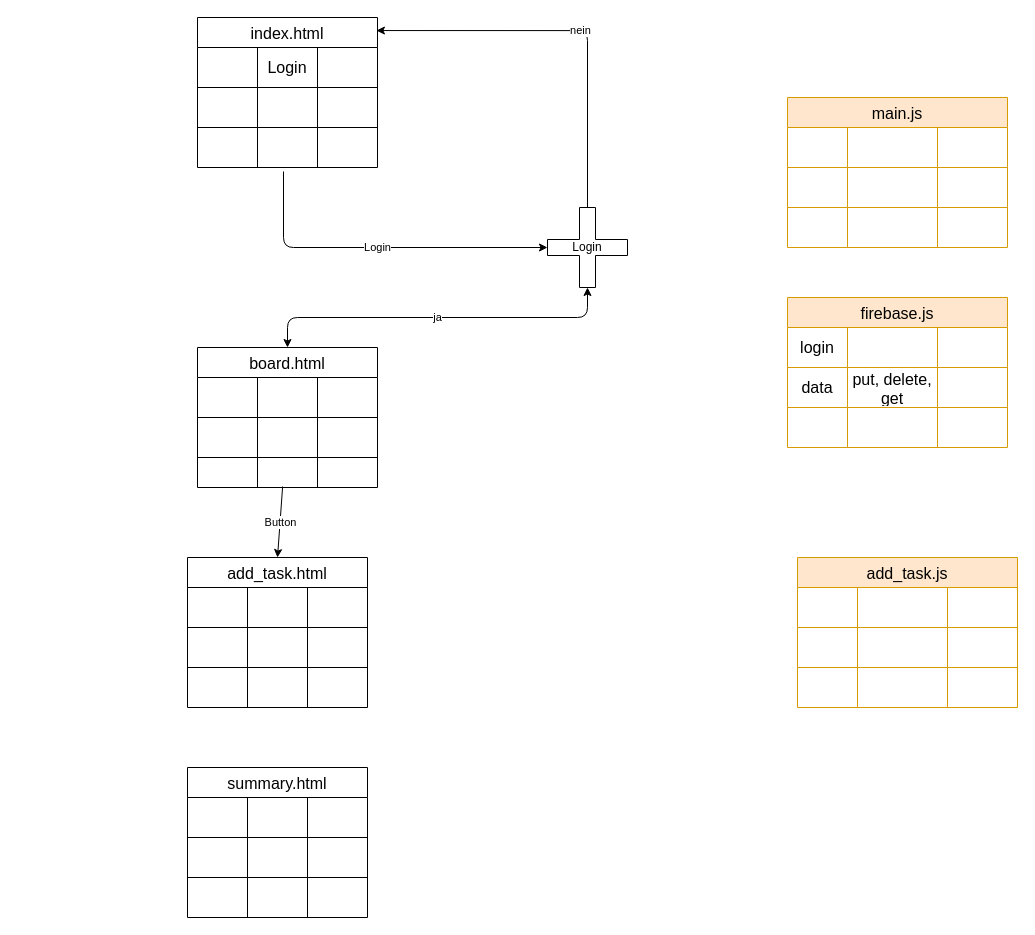
This is design/structure.drawio from ttoebbe/024_Join, a draw.io file, before an edit. Source tidied: cells renumbered, new cells numbered last; positions are measured from the earlier drawing's top-left corner, leaving out a move shared by most shapes. Both pictures are drawn from the tidied source at 100%, with x=0, y=0 at pixel (187, 17).
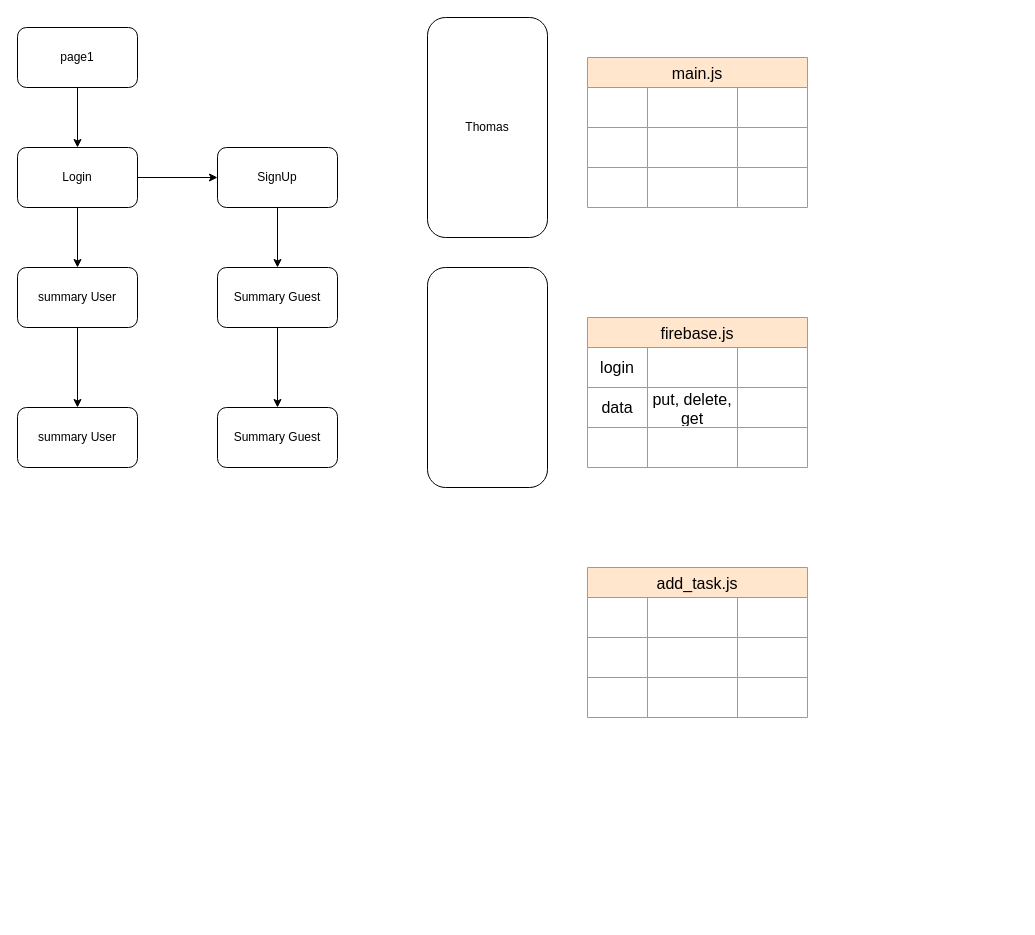
The same page after the edit.

Commit message (it also covers changes not shown here):
feat: first structure ideas

Diff of the diagram source:
```diff
@@
-    <mxCell id="2" value="index.html" style="shape=table;startSize=30;childLayout=tableLayout;strokeColor=default;fontSize=16;" parent="1" vertex="1">
-      <mxGeometry x="10" width="180" height="150" as="geometry" />
-    </mxCell>
-    <mxCell id="3" style="shape=tableRow;horizontal=0;startSize=0;swimlaneHead=0;swimlaneBody=0;strokeColor=inherit;top=0;left=0;bottom=0;right=0;fillColor=none;fontSize=16;" parent="2" vertex="1">
-      <mxGeometry y="30" width="180" height="40" as="geometry" />
-    </mxCell>
-    <mxCell id="4" style="shape=partialRectangle;html=1;whiteSpace=wrap;strokeColor=inherit;overflow=hidden;fillColor=none;top=0;left=0;bottom=0;right=0;fontSize=16;" parent="3" vertex="1">
-      <mxGeometry width="60" height="40" as="geometry" />
-    </mxCell>
-    <mxCell id="5" value="Login" style="shape=partialRectangle;html=1;whiteSpace=wrap;strokeColor=inherit;overflow=hidden;fillColor=none;top=0;left=0;bottom=0;right=0;fontSize=16;" parent="3" vertex="1">
-      <mxGeometry x="60" width="60" height="40" as="geometry" />
-    </mxCell>
-    <mxCell id="6" style="shape=partialRectangle;html=1;whiteSpace=wrap;strokeColor=inherit;overflow=hidden;fillColor=none;top=0;left=0;bottom=0;right=0;fontSize=16;" parent="3" vertex="1">
-      <mxGeometry x="120" width="60" height="40" as="geometry" />
-    </mxCell>
-    <mxCell id="7" style="shape=tableRow;horizontal=0;startSize=0;swimlaneHead=0;swimlaneBody=0;strokeColor=inherit;top=0;left=0;bottom=0;right=0;fillColor=none;fontSize=16;" parent="2" vertex="1">
-      <mxGeometry y="70" width="180" height="40" as="geometry" />
-    </mxCell>
-    <mxCell id="8" style="shape=partialRectangle;html=1;whiteSpace=wrap;strokeColor=inherit;overflow=hidden;fillColor=none;top=0;left=0;bottom=0;right=0;fontSize=16;" parent="7" vertex="1">
-      <mxGeometry width="60" height="40" as="geometry" />
-    </mxCell>
-    <mxCell id="9" style="shape=partialRectangle;html=1;whiteSpace=wrap;strokeColor=inherit;overflow=hidden;fillColor=none;top=0;left=0;bottom=0;right=0;fontSize=16;" parent="7" vertex="1">
-      <mxGeometry x="60" width="60" height="40" as="geometry" />
-    </mxCell>
-    <mxCell id="10" style="shape=partialRectangle;html=1;whiteSpace=wrap;strokeColor=inherit;overflow=hidden;fillColor=none;top=0;left=0;bottom=0;right=0;fontSize=16;" parent="7" vertex="1">
-      <mxGeometry x="120" width="60" height="40" as="geometry" />
-    </mxCell>
-    <mxCell id="11" style="shape=tableRow;horizontal=0;startSize=0;swimlaneHead=0;swimlaneBody=0;strokeColor=inherit;top=0;left=0;bottom=0;right=0;fillColor=none;points=[[0,0.5],[1,0.5]];portConstraint=eastwest;fontSize=16;" parent="2" vertex="1">
-      <mxGeometry y="110" width="180" height="40" as="geometry" />
-    </mxCell>
-    <mxCell id="12" style="shape=partialRectangle;html=1;whiteSpace=wrap;strokeColor=inherit;overflow=hidden;fillColor=none;top=0;left=0;bottom=0;right=0;fontSize=16;" parent="11" vertex="1">
-      <mxGeometry width="60" height="40" as="geometry" />
-    </mxCell>
-    <mxCell id="13" style="shape=partialRectangle;html=1;whiteSpace=wrap;strokeColor=inherit;overflow=hidden;fillColor=none;top=0;left=0;bottom=0;right=0;fontSize=16;" parent="11" vertex="1">
-      <mxGeometry x="60" width="60" height="40" as="geometry" />
-    </mxCell>
-    <mxCell id="14" style="shape=partialRectangle;html=1;whiteSpace=wrap;strokeColor=inherit;overflow=hidden;fillColor=none;top=0;left=0;bottom=0;right=0;fontSize=16;" parent="11" vertex="1">
-      <mxGeometry x="120" width="60" height="40" as="geometry" />
-    </mxCell>
-    <mxCell id="15" value="board.html" style="shape=table;startSize=30;childLayout=tableLayout;strokeColor=default;fontSize=16;" parent="1" vertex="1">
-      <mxGeometry x="10" y="330" width="180" height="140" as="geometry" />
-    </mxCell>
-    <mxCell id="16" style="shape=tableRow;horizontal=0;startSize=0;swimlaneHead=0;swimlaneBody=0;strokeColor=inherit;top=0;left=0;bottom=0;right=0;fillColor=none;fontSize=16;" parent="15" vertex="1">
-      <mxGeometry y="30" width="180" height="40" as="geometry" />
-    </mxCell>
-    <mxCell id="17" style="shape=partialRectangle;html=1;whiteSpace=wrap;strokeColor=inherit;overflow=hidden;fillColor=none;top=0;left=0;bottom=0;right=0;fontSize=16;" parent="16" vertex="1">
-      <mxGeometry width="60" height="40" as="geometry" />
-    </mxCell>
-    <mxCell id="18" style="shape=partialRectangle;html=1;whiteSpace=wrap;strokeColor=inherit;overflow=hidden;fillColor=none;top=0;left=0;bottom=0;right=0;fontSize=16;" parent="16" vertex="1">
-      <mxGeometry x="60" width="60" height="40" as="geometry" />
-    </mxCell>
-    <mxCell id="19" style="shape=partialRectangle;html=1;whiteSpace=wrap;strokeColor=inherit;overflow=hidden;fillColor=none;top=0;left=0;bottom=0;right=0;fontSize=16;" parent="16" vertex="1">
-      <mxGeometry x="120" width="60" height="40" as="geometry" />
-    </mxCell>
-    <mxCell id="20" style="shape=tableRow;horizontal=0;startSize=0;swimlaneHead=0;swimlaneBody=0;strokeColor=inherit;top=0;left=0;bottom=0;right=0;fillColor=none;fontSize=16;" parent="15" vertex="1">
-      <mxGeometry y="70" width="180" height="40" as="geometry" />
-    </mxCell>
-    <mxCell id="21" style="shape=partialRectangle;html=1;whiteSpace=wrap;strokeColor=inherit;overflow=hidden;fillColor=none;top=0;left=0;bottom=0;right=0;fontSize=16;" parent="20" vertex="1">
-      <mxGeometry width="60" height="40" as="geometry" />
-    </mxCell>
-    <mxCell id="22" style="shape=partialRectangle;html=1;whiteSpace=wrap;strokeColor=inherit;overflow=hidden;fillColor=none;top=0;left=0;bottom=0;right=0;fontSize=16;" parent="20" vertex="1">
-      <mxGeometry x="60" width="60" height="40" as="geometry" />
-    </mxCell>
-    <mxCell id="23" style="shape=partialRectangle;html=1;whiteSpace=wrap;strokeColor=inherit;overflow=hidden;fillColor=none;top=0;left=0;bottom=0;right=0;fontSize=16;" parent="20" vertex="1">
-      <mxGeometry x="120" width="60" height="40" as="geometry" />
-    </mxCell>
-    <mxCell id="24" style="shape=tableRow;horizontal=0;startSize=0;swimlaneHead=0;swimlaneBody=0;strokeColor=inherit;top=0;left=0;bottom=0;right=0;fillColor=none;points=[[0,0.5],[1,0.5]];portConstraint=eastwest;fontSize=16;" parent="15" vertex="1">
-      <mxGeometry y="110" width="180" height="30" as="geometry" />
-    </mxCell>
-    <mxCell id="25" style="shape=partialRectangle;html=1;whiteSpace=wrap;strokeColor=inherit;overflow=hidden;fillColor=none;top=0;left=0;bottom=0;right=0;fontSize=16;" parent="24" vertex="1">
-      <mxGeometry width="60" height="30" as="geometry" />
-    </mxCell>
-    <mxCell id="26" style="shape=partialRectangle;html=1;whiteSpace=wrap;strokeColor=inherit;overflow=hidden;fillColor=none;top=0;left=0;bottom=0;right=0;fontSize=16;" parent="24" vertex="1">
-      <mxGeometry x="60" width="60" height="30" as="geometry" />
-    </mxCell>
-    <mxCell id="27" style="shape=partialRectangle;html=1;whiteSpace=wrap;strokeColor=inherit;overflow=hidden;fillColor=none;top=0;left=0;bottom=0;right=0;fontSize=16;" parent="24" vertex="1">
-      <mxGeometry x="120" width="60" height="30" as="geometry" />
-    </mxCell>
-    <mxCell id="28" value="Login" style="edgeStyle=elbowEdgeStyle;html=1;exitX=0;exitY=0.5;exitDx=0;exitDy=0;exitPerimeter=0;entryX=0.478;entryY=1.1;entryDx=0;entryDy=0;entryPerimeter=0;startArrow=classic;startFill=1;endArrow=none;endFill=0;" parent="1" edge="1" source="32" target="11">
-      <mxGeometry relative="1" as="geometry">
-        <Array as="points">
-          <mxPoint x="96" y="210" />
-        </Array>
-      </mxGeometry>
-    </mxCell>
-    <mxCell id="29" value="ja" style="edgeStyle=elbowEdgeStyle;shape=connector;rounded=1;html=1;exitX=0.5;exitY=1;exitDx=0;exitDy=0;exitPerimeter=0;entryX=0.5;entryY=0;entryDx=0;entryDy=0;strokeColor=default;align=center;verticalAlign=middle;fontFamily=Helvetica;fontSize=11;fontColor=default;labelBackgroundColor=default;startArrow=classic;startFill=1;endArrow=classic;elbow=vertical;" parent="1" edge="1" source="32" target="15">
-      <mxGeometry relative="1" as="geometry" />
-    </mxCell>
-    <mxCell id="30" style="edgeStyle=orthogonalEdgeStyle;shape=connector;rounded=1;html=1;exitX=0.994;exitY=0.087;exitDx=0;exitDy=0;strokeColor=default;align=center;verticalAlign=middle;fontFamily=Helvetica;fontSize=11;fontColor=default;labelBackgroundColor=default;startArrow=classic;startFill=1;endArrow=none;endFill=0;entryX=0.5;entryY=0;entryDx=0;entryDy=0;entryPerimeter=0;exitPerimeter=0;elbow=vertical;" parent="1" edge="1" source="2" target="32">
-      <mxGeometry relative="1" as="geometry" />
-    </mxCell>
-    <mxCell id="31" value="nein" style="edgeLabel;html=1;align=center;verticalAlign=middle;fontFamily=Helvetica;fontSize=11;fontColor=default;labelBackgroundColor=default;" parent="30" vertex="1">
-      <mxGeometry x="0.05" y="1" relative="1" as="geometry" />
-    </mxCell>
-    <mxCell id="32" value="Login" style="shape=cross;whiteSpace=wrap;html=1;" parent="1" vertex="1">
-      <mxGeometry x="360" y="190" width="80" height="80" as="geometry" />
-    </mxCell>
     <mxCell id="33" value="main.js" style="shape=table;startSize=30;childLayout=tableLayout;strokeColor=#d79b00;fontSize=16;fillColor=#ffe6cc;" parent="1" vertex="1">
-      <mxGeometry x="600" y="80" width="220" height="150" as="geometry" />
+      <mxGeometry x="400" y="40" width="220" height="150" as="geometry" />
     </mxCell>
@@
-    <mxCell id="46" value="add_task.html" style="shape=table;startSize=30;childLayout=tableLayout;strokeColor=default;fontSize=16;" parent="1" vertex="1">
-      <mxGeometry y="540" width="180" height="150" as="geometry" />
-    </mxCell>
-    <mxCell id="47" style="shape=tableRow;horizontal=0;startSize=0;swimlaneHead=0;swimlaneBody=0;strokeColor=inherit;top=0;left=0;bottom=0;right=0;fillColor=none;fontSize=16;" parent="46" vertex="1">
-      <mxGeometry y="30" width="180" height="40" as="geometry" />
-    </mxCell>
-    <mxCell id="48" style="shape=partialRectangle;html=1;whiteSpace=wrap;strokeColor=inherit;overflow=hidden;fillColor=none;top=0;left=0;bottom=0;right=0;fontSize=16;" parent="47" vertex="1">
-      <mxGeometry width="60" height="40" as="geometry" />
-    </mxCell>
-    <mxCell id="49" style="shape=partialRectangle;html=1;whiteSpace=wrap;strokeColor=inherit;overflow=hidden;fillColor=none;top=0;left=0;bottom=0;right=0;fontSize=16;" parent="47" vertex="1">
-      <mxGeometry x="60" width="60" height="40" as="geometry" />
-    </mxCell>
-    <mxCell id="50" style="shape=partialRectangle;html=1;whiteSpace=wrap;strokeColor=inherit;overflow=hidden;fillColor=none;top=0;left=0;bottom=0;right=0;fontSize=16;" parent="47" vertex="1">
-      <mxGeometry x="120" width="60" height="40" as="geometry" />
-    </mxCell>
-    <mxCell id="51" style="shape=tableRow;horizontal=0;startSize=0;swimlaneHead=0;swimlaneBody=0;strokeColor=inherit;top=0;left=0;bottom=0;right=0;fillColor=none;fontSize=16;" parent="46" vertex="1">
-      <mxGeometry y="70" width="180" height="40" as="geometry" />
-    </mxCell>
-    <mxCell id="52" style="shape=partialRectangle;html=1;whiteSpace=wrap;strokeColor=inherit;overflow=hidden;fillColor=none;top=0;left=0;bottom=0;right=0;fontSize=16;" parent="51" vertex="1">
-      <mxGeometry width="60" height="40" as="geometry" />
-    </mxCell>
-    <mxCell id="53" style="shape=partialRectangle;html=1;whiteSpace=wrap;strokeColor=inherit;overflow=hidden;fillColor=none;top=0;left=0;bottom=0;right=0;fontSize=16;" parent="51" vertex="1">
-      <mxGeometry x="60" width="60" height="40" as="geometry" />
-    </mxCell>
-    <mxCell id="54" style="shape=partialRectangle;html=1;whiteSpace=wrap;strokeColor=inherit;overflow=hidden;fillColor=none;top=0;left=0;bottom=0;right=0;fontSize=16;" parent="51" vertex="1">
-      <mxGeometry x="120" width="60" height="40" as="geometry" />
-    </mxCell>
-    <mxCell id="55" style="shape=tableRow;horizontal=0;startSize=0;swimlaneHead=0;swimlaneBody=0;strokeColor=inherit;top=0;left=0;bottom=0;right=0;fillColor=none;fontSize=16;" parent="46" vertex="1">
-      <mxGeometry y="110" width="180" height="40" as="geometry" />
-    </mxCell>
-    <mxCell id="56" style="shape=partialRectangle;html=1;whiteSpace=wrap;strokeColor=inherit;overflow=hidden;fillColor=none;top=0;left=0;bottom=0;right=0;fontSize=16;" parent="55" vertex="1">
-      <mxGeometry width="60" height="40" as="geometry" />
-    </mxCell>
-    <mxCell id="57" style="shape=partialRectangle;html=1;whiteSpace=wrap;strokeColor=inherit;overflow=hidden;fillColor=none;top=0;left=0;bottom=0;right=0;fontSize=16;" parent="55" vertex="1">
-      <mxGeometry x="60" width="60" height="40" as="geometry" />
-    </mxCell>
-    <mxCell id="58" style="shape=partialRectangle;html=1;whiteSpace=wrap;strokeColor=inherit;overflow=hidden;fillColor=none;top=0;left=0;bottom=0;right=0;fontSize=16;" parent="55" vertex="1">
-      <mxGeometry x="120" width="60" height="40" as="geometry" />
-    </mxCell>
-    <mxCell id="59" value="summary.html" style="shape=table;startSize=30;childLayout=tableLayout;strokeColor=default;fontSize=16;" parent="1" vertex="1">
-      <mxGeometry y="750" width="180" height="150" as="geometry" />
-    </mxCell>
-    <mxCell id="60" style="shape=tableRow;horizontal=0;startSize=0;swimlaneHead=0;swimlaneBody=0;strokeColor=inherit;top=0;left=0;bottom=0;right=0;fillColor=none;fontSize=16;" parent="59" vertex="1">
-      <mxGeometry y="30" width="180" height="40" as="geometry" />
-    </mxCell>
-    <mxCell id="61" style="shape=partialRectangle;html=1;whiteSpace=wrap;strokeColor=inherit;overflow=hidden;fillColor=none;top=0;left=0;bottom=0;right=0;fontSize=16;" parent="60" vertex="1">
-      <mxGeometry width="60" height="40" as="geometry" />
-    </mxCell>
-    <mxCell id="62" style="shape=partialRectangle;html=1;whiteSpace=wrap;strokeColor=inherit;overflow=hidden;fillColor=none;top=0;left=0;bottom=0;right=0;fontSize=16;" parent="60" vertex="1">
-      <mxGeometry x="60" width="60" height="40" as="geometry" />
-    </mxCell>
-    <mxCell id="63" style="shape=partialRectangle;html=1;whiteSpace=wrap;strokeColor=inherit;overflow=hidden;fillColor=none;top=0;left=0;bottom=0;right=0;fontSize=16;" parent="60" vertex="1">
-      <mxGeometry x="120" width="60" height="40" as="geometry" />
-    </mxCell>
-    <mxCell id="64" style="shape=tableRow;horizontal=0;startSize=0;swimlaneHead=0;swimlaneBody=0;strokeColor=inherit;top=0;left=0;bottom=0;right=0;fillColor=none;fontSize=16;" parent="59" vertex="1">
-      <mxGeometry y="70" width="180" height="40" as="geometry" />
-    </mxCell>
-    <mxCell id="65" style="shape=partialRectangle;html=1;whiteSpace=wrap;strokeColor=inherit;overflow=hidden;fillColor=none;top=0;left=0;bottom=0;right=0;fontSize=16;" parent="64" vertex="1">
-      <mxGeometry width="60" height="40" as="geometry" />
-    </mxCell>
-    <mxCell id="66" style="shape=partialRectangle;html=1;whiteSpace=wrap;strokeColor=inherit;overflow=hidden;fillColor=none;top=0;left=0;bottom=0;right=0;fontSize=16;" parent="64" vertex="1">
-      <mxGeometry x="60" width="60" height="40" as="geometry" />
-    </mxCell>
-    <mxCell id="67" style="shape=partialRectangle;html=1;whiteSpace=wrap;strokeColor=inherit;overflow=hidden;fillColor=none;top=0;left=0;bottom=0;right=0;fontSize=16;" parent="64" vertex="1">
-      <mxGeometry x="120" width="60" height="40" as="geometry" />
-    </mxCell>
-    <mxCell id="68" style="shape=tableRow;horizontal=0;startSize=0;swimlaneHead=0;swimlaneBody=0;strokeColor=inherit;top=0;left=0;bottom=0;right=0;fillColor=none;fontSize=16;" parent="59" vertex="1">
-      <mxGeometry y="110" width="180" height="40" as="geometry" />
-    </mxCell>
-    <mxCell id="69" style="shape=partialRectangle;html=1;whiteSpace=wrap;strokeColor=inherit;overflow=hidden;fillColor=none;top=0;left=0;bottom=0;right=0;fontSize=16;" parent="68" vertex="1">
-      <mxGeometry width="60" height="40" as="geometry" />
-    </mxCell>
-    <mxCell id="70" style="shape=partialRectangle;html=1;whiteSpace=wrap;strokeColor=inherit;overflow=hidden;fillColor=none;top=0;left=0;bottom=0;right=0;fontSize=16;" parent="68" vertex="1">
-      <mxGeometry x="60" width="60" height="40" as="geometry" />
-    </mxCell>
-    <mxCell id="71" style="shape=partialRectangle;html=1;whiteSpace=wrap;strokeColor=inherit;overflow=hidden;fillColor=none;top=0;left=0;bottom=0;right=0;fontSize=16;" parent="68" vertex="1">
-      <mxGeometry x="120" width="60" height="40" as="geometry" />
-    </mxCell>
     <mxCell id="72" value="firebase.js" style="shape=table;startSize=30;childLayout=tableLayout;strokeColor=#d79b00;fontSize=16;fillColor=#ffe6cc;" parent="1" vertex="1">
-      <mxGeometry x="600" y="280" width="220" height="150" as="geometry" />
+      <mxGeometry x="400" y="300" width="220" height="150" as="geometry" />
     </mxCell>
@@
     <mxCell id="85" value="add_task.js" style="shape=table;startSize=30;childLayout=tableLayout;strokeColor=#d79b00;fontSize=16;fillColor=#ffe6cc;" parent="1" vertex="1">
-      <mxGeometry x="610" y="540" width="220" height="150" as="geometry" />
+      <mxGeometry x="400" y="550" width="220" height="150" as="geometry" />
     </mxCell>
@@
-    <mxCell id="98" value="Button" style="edgeStyle=none;html=1;entryX=0.5;entryY=0;entryDx=0;entryDy=0;exitX=0.473;exitY=0.967;exitDx=0;exitDy=0;exitPerimeter=0;" parent="1" edge="1" source="24" target="46">
-      <mxGeometry relative="1" as="geometry" />
-    </mxCell>
+    <mxCell id="99" style="edgeStyle=none;html=1;exitX=0.75;exitY=1;exitDx=0;exitDy=0;" parent="1" edge="1" source="104">
+      <mxGeometry relative="1" as="geometry">
+        <mxPoint x="-70" y="170" as="targetPoint" />
+      </mxGeometry>
+    </mxCell>
+    <mxCell id="100" value="page1" style="rounded=1;whiteSpace=wrap;html=1;" parent="1" vertex="1">
+      <mxGeometry x="-170" y="10" width="120" height="60" as="geometry" />
+    </mxCell>
+    <mxCell id="101" style="edgeStyle=none;html=1;exitX=0.5;exitY=1;exitDx=0;exitDy=0;" parent="1" edge="1" source="100" target="104">
+      <mxGeometry relative="1" as="geometry" />
+    </mxCell>
+    <mxCell id="102" style="edgeStyle=none;html=1;exitX=0.5;exitY=1;exitDx=0;exitDy=0;entryX=0.5;entryY=0;entryDx=0;entryDy=0;" parent="1" edge="1" source="104" target="106">
+      <mxGeometry relative="1" as="geometry" />
+    </mxCell>
+    <mxCell id="103" style="edgeStyle=none;html=1;" parent="1" edge="1" source="104" target="108">
+      <mxGeometry relative="1" as="geometry" />
+    </mxCell>
+    <mxCell id="104" value="Login" style="rounded=1;whiteSpace=wrap;html=1;" parent="1" vertex="1">
+      <mxGeometry x="-170" y="130" width="120" height="60" as="geometry" />
+    </mxCell>
+    <mxCell id="105" style="edgeStyle=none;html=1;" parent="1" edge="1" source="106" target="111">
+      <mxGeometry relative="1" as="geometry" />
+    </mxCell>
+    <mxCell id="106" value="summary User" style="rounded=1;whiteSpace=wrap;html=1;" parent="1" vertex="1">
+      <mxGeometry x="-170" y="250" width="120" height="60" as="geometry" />
+    </mxCell>
+    <mxCell id="107" style="edgeStyle=none;html=1;" parent="1" edge="1" source="108" target="110">
+      <mxGeometry relative="1" as="geometry" />
+    </mxCell>
+    <mxCell id="108" value="SignUp" style="whiteSpace=wrap;html=1;rounded=1;" parent="1" vertex="1">
+      <mxGeometry x="30" y="130" width="120" height="60" as="geometry" />
+    </mxCell>
+    <mxCell id="109" style="edgeStyle=none;html=1;" parent="1" edge="1" source="110" target="112">
+      <mxGeometry relative="1" as="geometry" />
+    </mxCell>
+    <mxCell id="110" value="Summary Guest" style="whiteSpace=wrap;html=1;rounded=1;" parent="1" vertex="1">
+      <mxGeometry x="30" y="250" width="120" height="60" as="geometry" />
+    </mxCell>
+    <mxCell id="111" value="summary User" style="rounded=1;whiteSpace=wrap;html=1;" parent="1" vertex="1">
+      <mxGeometry x="-170" y="390" width="120" height="60" as="geometry" />
+    </mxCell>
+    <mxCell id="112" value="Summary Guest" style="whiteSpace=wrap;html=1;rounded=1;" parent="1" vertex="1">
+      <mxGeometry x="30" y="390" width="120" height="60" as="geometry" />
+    </mxCell>
+    <mxCell id="113" value="Thomas" style="rounded=1;whiteSpace=wrap;html=1;" parent="1" vertex="1">
+      <mxGeometry x="240" width="120" height="220" as="geometry" />
+    </mxCell>
+    <mxCell id="114" style="rounded=1;whiteSpace=wrap;html=1;" parent="1" vertex="1">
+      <mxGeometry x="240" y="250" width="120" height="220" as="geometry" />
+    </mxCell>
```
